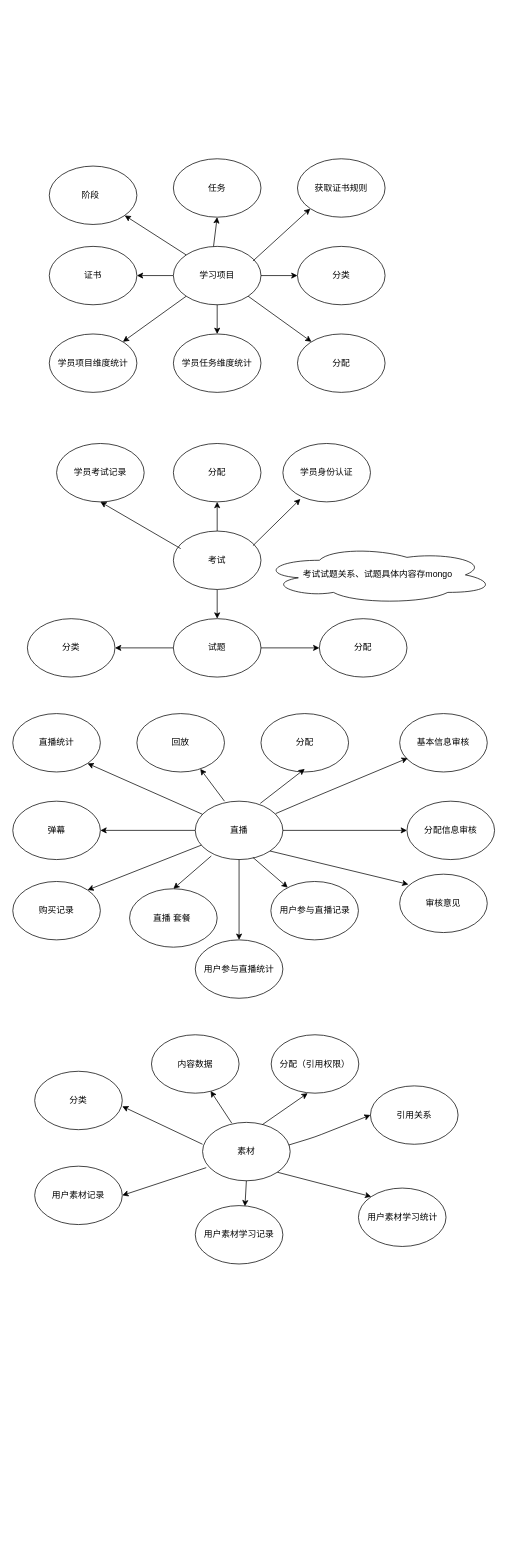
Above: 学习项目模块表关系.drawio in MAXAmbitious/designer (draw.io), before the change. Source tidied: cells renumbered, new cells numbered last; positions are measured from the earlier drawing's top-left corner, leaving out a move shared by most shapes. Both pictures are drawn from the tidied source at 73%, with x=0, y=0 at pixel (12, 158).
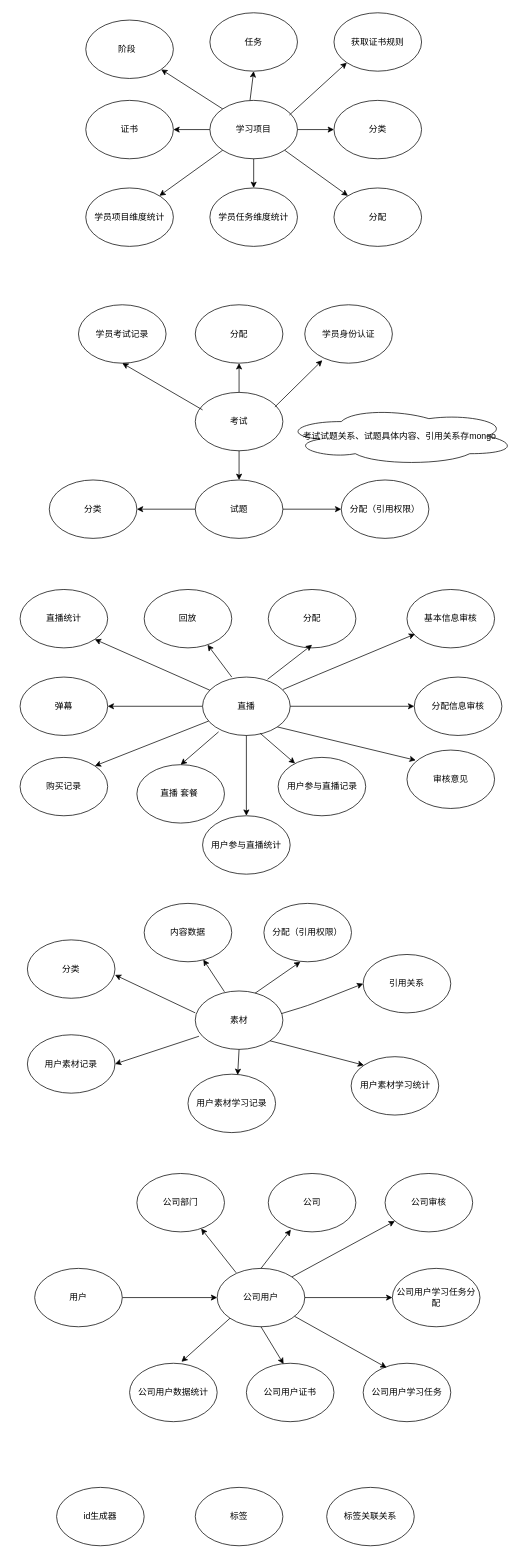
The same page after the edit.

Commit message (it also covers changes not shown here):
Update 学习项目模块表关系.drawio

Diff of the diagram source:
```diff
@@
     <mxCell id="3" value="学习项目" style="ellipse;whiteSpace=wrap;html=1;" parent="1" vertex="1">
-      <mxGeometry x="220" y="120" width="120" height="80" as="geometry" />
+      <mxGeometry x="270" y="-80" width="120" height="80" as="geometry" />
     </mxCell>
     <mxCell id="4" value="阶段&amp;nbsp;&amp;nbsp;" style="ellipse;whiteSpace=wrap;html=1;" parent="1" vertex="1">
-      <mxGeometry x="50" y="10" width="120" height="80" as="geometry" />
+      <mxGeometry x="100" y="-190" width="120" height="80" as="geometry" />
     </mxCell>
     <mxCell id="5" value="任务" style="ellipse;whiteSpace=wrap;html=1;" parent="1" vertex="1">
-      <mxGeometry x="220" width="120" height="80" as="geometry" />
+      <mxGeometry x="270" y="-200" width="120" height="80" as="geometry" />
     </mxCell>
     <mxCell id="6" value="分类" style="ellipse;whiteSpace=wrap;html=1;" parent="1" vertex="1">
-      <mxGeometry x="390" y="120" width="120" height="80" as="geometry" />
+      <mxGeometry x="440" y="-80" width="120" height="80" as="geometry" />
     </mxCell>
     <mxCell id="7" value="分配" style="ellipse;whiteSpace=wrap;html=1;" parent="1" vertex="1">
-      <mxGeometry x="390" y="240" width="120" height="80" as="geometry" />
+      <mxGeometry x="440" y="40" width="120" height="80" as="geometry" />
     </mxCell>
     <mxCell id="8" value="获取证书规则" style="ellipse;whiteSpace=wrap;html=1;" parent="1" vertex="1">
-      <mxGeometry x="390" width="120" height="80" as="geometry" />
+      <mxGeometry x="440" y="-200" width="120" height="80" as="geometry" />
     </mxCell>
     <mxCell id="9" value="证书" style="ellipse;whiteSpace=wrap;html=1;" parent="1" vertex="1">
-      <mxGeometry x="50" y="120" width="120" height="80" as="geometry" />
+      <mxGeometry x="100" y="-80" width="120" height="80" as="geometry" />
     </mxCell>
     <mxCell id="10" value="学员项目维度统计" style="ellipse;whiteSpace=wrap;html=1;" parent="1" vertex="1">
-      <mxGeometry x="50" y="240" width="120" height="80" as="geometry" />
+      <mxGeometry x="100" y="40" width="120" height="80" as="geometry" />
     </mxCell>
     <mxCell id="11" value="学员任务维度统计" style="ellipse;whiteSpace=wrap;html=1;" parent="1" vertex="1">
-      <mxGeometry x="220" y="240" width="120" height="80" as="geometry" />
+      <mxGeometry x="270" y="40" width="120" height="80" as="geometry" />
     </mxCell>
     <mxCell id="12" style="endArrow=classic;html=1;entryX=0;entryY=1;entryDx=0;entryDy=0;" parent="1" edge="1" target="8">
       <mxGeometry relative="1" as="geometry">
-        <mxPoint x="329" y="140" as="sourcePoint" />
+        <mxPoint x="379" y="-60" as="sourcePoint" />
       </mxGeometry>
     </mxCell>
     <mxCell id="13" style="endArrow=classic;html=1;entryX=0.5;entryY=1;entryDx=0;entryDy=0;" parent="1" edge="1" target="5">
       <mxGeometry relative="1" as="geometry">
-        <mxPoint x="275" y="120" as="sourcePoint" />
+        <mxPoint x="325" y="-80" as="sourcePoint" />
       </mxGeometry>
     </mxCell>
@@
     <mxCell id="21" value="考试" style="ellipse;whiteSpace=wrap;html=1;" parent="1" vertex="1">
-      <mxGeometry x="220" y="510" width="120" height="80" as="geometry" />
+      <mxGeometry x="250" y="320" width="120" height="80" as="geometry" />
     </mxCell>
     <mxCell id="22" value="学员考试记录" style="ellipse;whiteSpace=wrap;html=1;" parent="1" vertex="1">
-      <mxGeometry x="60" y="390" width="120" height="80" as="geometry" />
+      <mxGeometry x="90" y="200" width="120" height="80" as="geometry" />
     </mxCell>
     <mxCell id="23" value="分配" style="ellipse;whiteSpace=wrap;html=1;" parent="1" vertex="1">
-      <mxGeometry x="220" y="390" width="120" height="80" as="geometry" />
+      <mxGeometry x="250" y="200" width="120" height="80" as="geometry" />
     </mxCell>
     <mxCell id="24" value="学员身份认证" style="ellipse;whiteSpace=wrap;html=1;" parent="1" vertex="1">
-      <mxGeometry x="370" y="390" width="120" height="80" as="geometry" />
+      <mxGeometry x="400" y="200" width="120" height="80" as="geometry" />
     </mxCell>
     <mxCell id="25" style="endArrow=classic;html=1;entryX=0.2;entryY=0.95;entryDx=0;entryDy=0;entryPerimeter=0;" parent="1" edge="1" target="24">
       <mxGeometry relative="1" as="geometry">
-        <mxPoint x="329" y="530" as="sourcePoint" />
+        <mxPoint x="359" y="340" as="sourcePoint" />
       </mxGeometry>
     </mxCell>
     <mxCell id="26" style="endArrow=classic;html=1;entryX=0.5;entryY=1;entryDx=0;entryDy=0;" parent="1" edge="1" target="22">
       <mxGeometry relative="1" as="geometry">
-        <mxPoint x="230" y="534" as="sourcePoint" />
+        <mxPoint x="260" y="344" as="sourcePoint" />
       </mxGeometry>
     </mxCell>
@@
     <mxCell id="29" value="试题" style="ellipse;whiteSpace=wrap;html=1;" parent="1" vertex="1">
-      <mxGeometry x="220" y="630" width="120" height="80" as="geometry" />
+      <mxGeometry x="250" y="440" width="120" height="80" as="geometry" />
     </mxCell>
-    <mxCell id="30" value="分配" style="ellipse;whiteSpace=wrap;html=1;" parent="1" vertex="1">
-      <mxGeometry x="420" y="630" width="120" height="80" as="geometry" />
+    <mxCell id="30" value="分配（引用权限）" style="ellipse;whiteSpace=wrap;html=1;" parent="1" vertex="1">
+      <mxGeometry x="450" y="440" width="120" height="80" as="geometry" />
     </mxCell>
     <mxCell id="31" value="分类" style="ellipse;whiteSpace=wrap;html=1;" parent="1" vertex="1">
-      <mxGeometry x="20" y="630" width="120" height="80" as="geometry" />
+      <mxGeometry x="50" y="440" width="120" height="80" as="geometry" />
     </mxCell>
-    <mxCell id="32" value="考试试题关系、试题具体内容存mongo" style="ellipse;shape=cloud;whiteSpace=wrap;html=1;" parent="1" vertex="1">
-      <mxGeometry x="340" y="530" width="320" height="80" as="geometry" />
+    <mxCell id="32" value="考试试题关系、试题具体内容、引用关系存mongo" style="ellipse;shape=cloud;whiteSpace=wrap;html=1;" parent="1" vertex="1">
+      <mxGeometry x="370" y="340" width="320" height="80" as="geometry" />
     </mxCell>
@@
     <mxCell id="34" value="直播" style="ellipse;whiteSpace=wrap;html=1;" parent="1" vertex="1">
-      <mxGeometry x="250" y="880" width="120" height="80" as="geometry" />
+      <mxGeometry x="260" y="710" width="120" height="80" as="geometry" />
     </mxCell>
     <mxCell id="35" value="直播统计" style="ellipse;whiteSpace=wrap;html=1;" parent="1" vertex="1">
-      <mxGeometry y="760" width="120" height="80" as="geometry" />
+      <mxGeometry x="10" y="590" width="120" height="80" as="geometry" />
     </mxCell>
     <mxCell id="36" value="回放" style="ellipse;whiteSpace=wrap;html=1;" parent="1" vertex="1">
-      <mxGeometry x="170" y="760" width="120" height="80" as="geometry" />
+      <mxGeometry x="180" y="590" width="120" height="80" as="geometry" />
     </mxCell>
     <mxCell id="37" value="基本信息审核" style="ellipse;whiteSpace=wrap;html=1;" parent="1" vertex="1">
-      <mxGeometry x="530" y="760" width="120" height="80" as="geometry" />
+      <mxGeometry x="540" y="590" width="120" height="80" as="geometry" />
     </mxCell>
     <mxCell id="38" value="分配" style="ellipse;whiteSpace=wrap;html=1;" parent="1" vertex="1">
-      <mxGeometry x="340" y="760" width="120" height="80" as="geometry" />
+      <mxGeometry x="350" y="590" width="120" height="80" as="geometry" />
     </mxCell>
     <mxCell id="39" value="分配信息审核" style="ellipse;whiteSpace=wrap;html=1;" parent="1" vertex="1">
-      <mxGeometry x="540" y="880" width="120" height="80" as="geometry" />
+      <mxGeometry x="550" y="710" width="120" height="80" as="geometry" />
     </mxCell>
     <mxCell id="40" value="弹幕" style="ellipse;whiteSpace=wrap;html=1;" parent="1" vertex="1">
-      <mxGeometry y="880" width="120" height="80" as="geometry" />
+      <mxGeometry x="10" y="710" width="120" height="80" as="geometry" />
     </mxCell>
     <mxCell id="41" value="购买记录" style="ellipse;whiteSpace=wrap;html=1;" parent="1" vertex="1">
-      <mxGeometry y="990" width="120" height="80" as="geometry" />
+      <mxGeometry x="10" y="820" width="120" height="80" as="geometry" />
     </mxCell>
     <mxCell id="42" value="用户参与直播统计" style="ellipse;whiteSpace=wrap;html=1;" parent="1" vertex="1">
-      <mxGeometry x="250" y="1070" width="120" height="80" as="geometry" />
+      <mxGeometry x="260" y="900" width="120" height="80" as="geometry" />
     </mxCell>
     <mxCell id="43" value="审核意见" style="ellipse;whiteSpace=wrap;html=1;" parent="1" vertex="1">
-      <mxGeometry x="530" y="980" width="120" height="80" as="geometry" />
+      <mxGeometry x="540" y="810" width="120" height="80" as="geometry" />
     </mxCell>
     <mxCell id="44" value="直播 套餐&amp;nbsp;" style="ellipse;whiteSpace=wrap;html=1;" parent="1" vertex="1">
-      <mxGeometry x="160" y="1000" width="120" height="80" as="geometry" />
+      <mxGeometry x="170" y="830" width="120" height="80" as="geometry" />
     </mxCell>
     <mxCell id="45" value="用户参与直播记录" style="ellipse;whiteSpace=wrap;html=1;" parent="1" vertex="1">
-      <mxGeometry x="353.5" y="990" width="120" height="80" as="geometry" />
+      <mxGeometry x="363.5" y="820" width="120" height="80" as="geometry" />
     </mxCell>
@@
     <mxCell id="47" style="endArrow=classic;html=1;" parent="1" edge="1" target="36">
       <mxGeometry relative="1" as="geometry">
-        <mxPoint x="290" y="880" as="sourcePoint" />
+        <mxPoint x="300" y="710" as="sourcePoint" />
       </mxGeometry>
     </mxCell>
     <mxCell id="48" style="endArrow=classic;html=1;exitX=0.742;exitY=0.038;exitDx=0;exitDy=0;exitPerimeter=0;" parent="1" edge="1" source="34">
       <mxGeometry relative="1" as="geometry">
-        <mxPoint x="400" y="835.8" as="targetPoint" />
+        <mxPoint x="410" y="665.8" as="targetPoint" />
       </mxGeometry>
     </mxCell>
     <mxCell id="49" style="endArrow=classic;html=1;exitX=0.917;exitY=0.213;exitDx=0;exitDy=0;exitPerimeter=0;entryX=0.092;entryY=0.763;entryDx=0;entryDy=0;entryPerimeter=0;" parent="1" edge="1" source="34" target="37">
       <mxGeometry relative="1" as="geometry">
         <Array as="points">
-          <mxPoint x="400" y="880" />
+          <mxPoint x="410" y="710" />
         </Array>
       </mxGeometry>
     </mxCell>
@@
     <mxCell id="56" value="素材" style="ellipse;whiteSpace=wrap;html=1;" parent="1" vertex="1">
-      <mxGeometry x="260" y="1320" width="120" height="80" as="geometry" />
+      <mxGeometry x="250" y="1140" width="120" height="80" as="geometry" />
     </mxCell>
     <mxCell id="57" value="分类" style="ellipse;whiteSpace=wrap;html=1;" parent="1" vertex="1">
-      <mxGeometry x="30" y="1250" width="120" height="80" as="geometry" />
+      <mxGeometry x="20" y="1070" width="120" height="80" as="geometry" />
     </mxCell>
     <mxCell id="58" value="内容数据" style="ellipse;whiteSpace=wrap;html=1;" parent="1" vertex="1">
-      <mxGeometry x="190" y="1200" width="120" height="80" as="geometry" />
+      <mxGeometry x="180" y="1020" width="120" height="80" as="geometry" />
     </mxCell>
     <mxCell id="59" value="分配（引用权限）" style="ellipse;whiteSpace=wrap;html=1;" parent="1" vertex="1">
-      <mxGeometry x="354" y="1200" width="120" height="80" as="geometry" />
+      <mxGeometry x="344" y="1020" width="120" height="80" as="geometry" />
     </mxCell>
     <mxCell id="60" value="引用关系" style="ellipse;whiteSpace=wrap;html=1;" parent="1" vertex="1">
-      <mxGeometry x="490" y="1270" width="120" height="80" as="geometry" />
+      <mxGeometry x="480" y="1090" width="120" height="80" as="geometry" />
     </mxCell>
     <mxCell id="61" value="用户素材记录" style="ellipse;whiteSpace=wrap;html=1;" parent="1" vertex="1">
-      <mxGeometry x="30" y="1380" width="120" height="80" as="geometry" />
+      <mxGeometry x="20" y="1200" width="120" height="80" as="geometry" />
     </mxCell>
     <mxCell id="62" value="用户素材学习统计" style="ellipse;whiteSpace=wrap;html=1;" parent="1" vertex="1">
-      <mxGeometry x="473.5" y="1410" width="120" height="80" as="geometry" />
+      <mxGeometry x="463.5" y="1230" width="120" height="80" as="geometry" />
     </mxCell>
     <mxCell id="63" value="用户素材学习记录" style="ellipse;whiteSpace=wrap;html=1;" parent="1" vertex="1">
-      <mxGeometry x="250" y="1434" width="120" height="80" as="geometry" />
+      <mxGeometry x="240" y="1254" width="120" height="80" as="geometry" />
     </mxCell>
     <mxCell id="64" style="endArrow=classic;html=1;exitX=0.683;exitY=0.038;exitDx=0;exitDy=0;exitPerimeter=0;" parent="1" edge="1" source="56">
       <mxGeometry relative="1" as="geometry">
-        <mxPoint x="404" y="1280" as="targetPoint" />
+        <mxPoint x="394" y="1100" as="targetPoint" />
       </mxGeometry>
     </mxCell>
     <mxCell id="65" style="endArrow=classic;html=1;entryX=0;entryY=0.5;entryDx=0;entryDy=0;exitX=0.983;exitY=0.388;exitDx=0;exitDy=0;exitPerimeter=0;" parent="1" edge="1" source="56" target="60">
       <mxGeometry relative="1" as="geometry">
         <Array as="points">
-          <mxPoint x="414" y="1340" />
+          <mxPoint x="404" y="1160" />
         </Array>
       </mxGeometry>
     </mxCell>
@@
     <mxCell id="68" style="endArrow=classic;html=1;entryX=1;entryY=0.6;entryDx=0;entryDy=0;entryPerimeter=0;" parent="1" edge="1" target="57">
       <mxGeometry relative="1" as="geometry">
-        <mxPoint x="260" y="1350" as="sourcePoint" />
+        <mxPoint x="250" y="1170" as="sourcePoint" />
       </mxGeometry>
     </mxCell>
@@
+    <mxCell id="71" style="edgeStyle=orthogonalEdgeStyle;rounded=0;jettySize=auto;html=1;" parent="1" edge="1" source="72" target="73">
+      <mxGeometry relative="1" as="geometry" />
+    </mxCell>
+    <mxCell id="72" value="用户" style="ellipse;whiteSpace=wrap;html=1;" parent="1" vertex="1">
+      <mxGeometry x="30" y="1520" width="120" height="80" as="geometry" />
+    </mxCell>
+    <mxCell id="73" value="公司用户" style="ellipse;whiteSpace=wrap;html=1;" parent="1" vertex="1">
+      <mxGeometry x="280" y="1520" width="120" height="80" as="geometry" />
+    </mxCell>
+    <mxCell id="74" value="公司部门" style="ellipse;whiteSpace=wrap;html=1;" parent="1" vertex="1">
+      <mxGeometry x="170" y="1390" width="120" height="80" as="geometry" />
+    </mxCell>
+    <mxCell id="75" value="公司" style="ellipse;whiteSpace=wrap;html=1;" parent="1" vertex="1">
+      <mxGeometry x="350" y="1390" width="120" height="80" as="geometry" />
+    </mxCell>
+    <mxCell id="76" value="公司用户数据统计" style="ellipse;whiteSpace=wrap;html=1;" parent="1" vertex="1">
+      <mxGeometry x="160" y="1650" width="120" height="80" as="geometry" />
+    </mxCell>
+    <mxCell id="77" value="公司用户证书" style="ellipse;whiteSpace=wrap;html=1;" parent="1" vertex="1">
+      <mxGeometry x="320" y="1650" width="120" height="80" as="geometry" />
+    </mxCell>
+    <mxCell id="78" value="公司用户学习任务" style="ellipse;whiteSpace=wrap;html=1;" parent="1" vertex="1">
+      <mxGeometry x="480" y="1650" width="120" height="80" as="geometry" />
+    </mxCell>
+    <mxCell id="79" value="公司用户学习任务分配" style="ellipse;whiteSpace=wrap;html=1;" parent="1" vertex="1">
+      <mxGeometry x="520" y="1520" width="120" height="80" as="geometry" />
+    </mxCell>
+    <mxCell id="80" value="公司审核" style="ellipse;whiteSpace=wrap;html=1;" parent="1" vertex="1">
+      <mxGeometry x="510" y="1390" width="120" height="80" as="geometry" />
+    </mxCell>
+    <mxCell id="81" style="endArrow=classic;html=1;exitX=0.217;exitY=0.075;exitDx=0;exitDy=0;exitPerimeter=0;" parent="1" edge="1" source="73" target="74">
+      <mxGeometry relative="1" as="geometry" />
+    </mxCell>
+    <mxCell id="82" style="endArrow=classic;html=1;exitX=0.5;exitY=0;exitDx=0;exitDy=0;entryX=0.258;entryY=0.963;entryDx=0;entryDy=0;entryPerimeter=0;" parent="1" edge="1" source="73" target="75">
+      <mxGeometry relative="1" as="geometry" />
+    </mxCell>
+    <mxCell id="83" style="endArrow=classic;html=1;exitX=1;exitY=0;exitDx=0;exitDy=0;" parent="1" edge="1" source="73" target="80">
+      <mxGeometry relative="1" as="geometry" />
+    </mxCell>
+    <mxCell id="84" style="endArrow=classic;html=1;exitX=1;exitY=0.5;exitDx=0;exitDy=0;entryX=0;entryY=0.5;entryDx=0;entryDy=0;" parent="1" edge="1" source="73" target="79">
+      <mxGeometry relative="1" as="geometry" />
+    </mxCell>
+    <mxCell id="85" style="endArrow=classic;html=1;entryX=0.592;entryY=-0.025;entryDx=0;entryDy=0;entryPerimeter=0;exitX=0;exitY=1;exitDx=0;exitDy=0;" parent="1" edge="1" source="73" target="76">
+      <mxGeometry relative="1" as="geometry" />
+    </mxCell>
+    <mxCell id="86" style="endArrow=classic;html=1;entryX=0.425;entryY=0.013;entryDx=0;entryDy=0;entryPerimeter=0;exitX=0.5;exitY=1;exitDx=0;exitDy=0;" parent="1" edge="1" source="73" target="77">
+      <mxGeometry relative="1" as="geometry" />
+    </mxCell>
+    <mxCell id="87" style="endArrow=classic;html=1;entryX=0.267;entryY=0.075;entryDx=0;entryDy=0;entryPerimeter=0;" parent="1" edge="1" source="73" target="78">
+      <mxGeometry relative="1" as="geometry" />
+    </mxCell>
+    <mxCell id="88" value="id生成器" style="ellipse;whiteSpace=wrap;html=1;" parent="1" vertex="1">
+      <mxGeometry x="60" y="1820" width="120" height="80" as="geometry" />
+    </mxCell>
+    <mxCell id="89" value="标签" style="ellipse;whiteSpace=wrap;html=1;" parent="1" vertex="1">
+      <mxGeometry x="250" y="1820" width="120" height="80" as="geometry" />
+    </mxCell>
+    <mxCell id="90" value="标签关联关系" style="ellipse;whiteSpace=wrap;html=1;" parent="1" vertex="1">
+      <mxGeometry x="430" y="1820" width="120" height="80" as="geometry" />
+    </mxCell>
```
